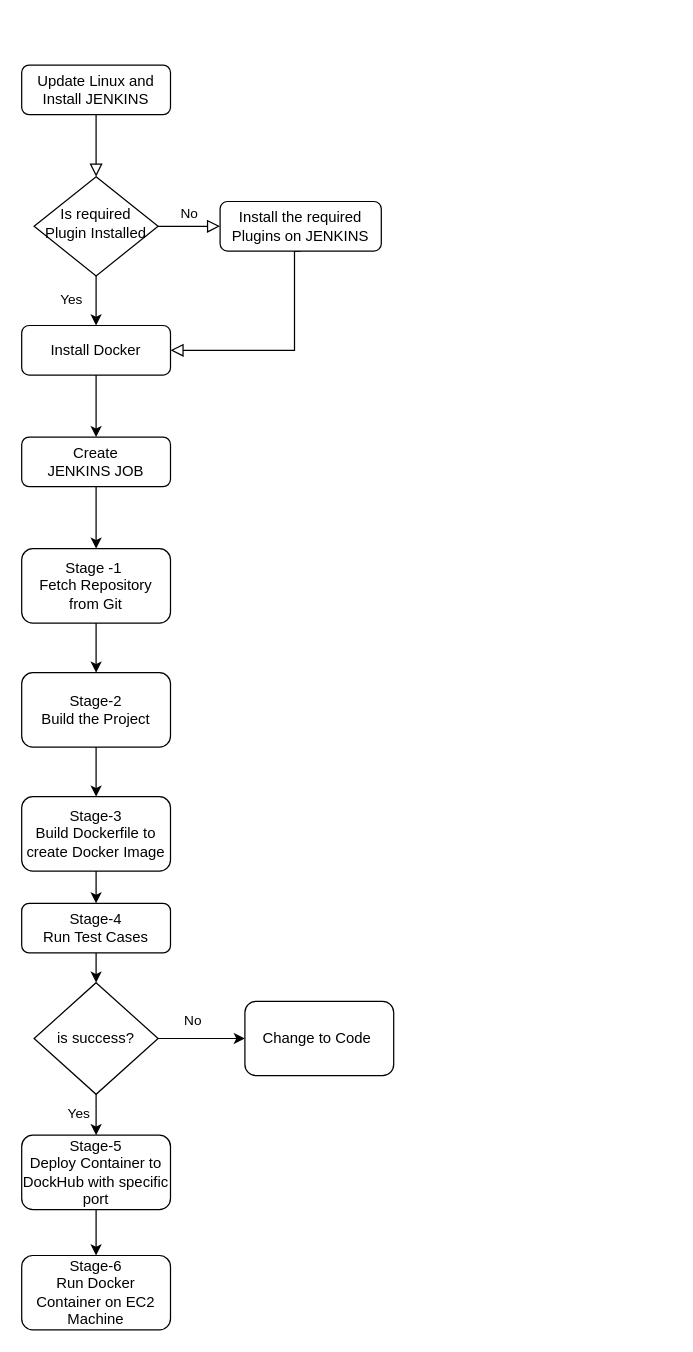
The draw.io diagram Untitled Diagram.drawio in nitinsuvagia/b-safe, before the edit. Source tidied: cells renumbered, new cells numbered last; positions are measured from the earlier drawing's top-left corner, leaving out a move shared by most shapes. Both pictures are drawn from the tidied source at 124%, with x=0, y=0 at pixel (21, 64).
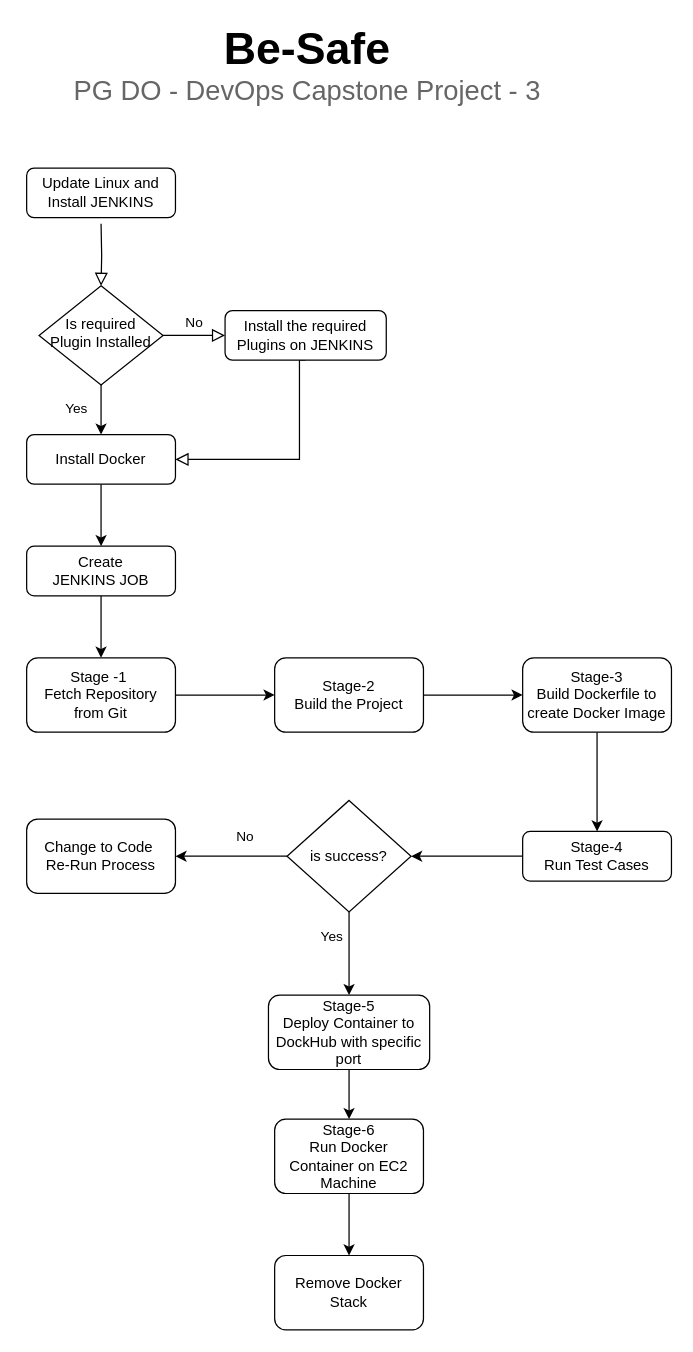
After the change.

Change to the diagram source:
```diff
@@
-    <mxCell id="2" style="rounded=0;html=1;jettySize=auto;fontSize=11;endArrow=block;endFill=0;endSize=8;strokeWidth=1;shadow=0;labelBackgroundColor=none;edgeStyle=orthogonalEdgeStyle;" parent="1" edge="1" source="4" target="7">
-      <mxGeometry relative="1" as="geometry" />
+    <mxCell id="2" style="rounded=0;html=1;jettySize=auto;fontSize=11;endArrow=block;endFill=0;endSize=8;strokeWidth=1;shadow=0;labelBackgroundColor=none;edgeStyle=orthogonalEdgeStyle;" parent="1" edge="1" target="7">
+      <mxGeometry relative="1" as="geometry">
+        <mxPoint x="64" y="128" as="sourcePoint" />
+      </mxGeometry>
     </mxCell>
     <mxCell id="3" value="Yes" style="edgeStyle=orthogonalEdgeStyle;rounded=0;jettySize=auto;html=1;shadow=0;exitX=0.5;exitY=1;exitDx=0;exitDy=0;entryX=0.5;entryY=0;entryDx=0;entryDy=0;" parent="1" edge="1" target="14">
       <mxGeometry y="-20" relative="1" as="geometry">
-        <mxPoint x="61" y="169" as="sourcePoint" />
+        <mxPoint x="65" y="257" as="sourcePoint" />
         <Array as="points">
-          <mxPoint x="60" y="169" />
+          <mxPoint x="64" y="257" />
         </Array>
       </mxGeometry>
     </mxCell>
     <mxCell id="4" value="Update Linux and Install JENKINS" style="rounded=1;whiteSpace=wrap;html=1;fontSize=12;glass=0;strokeWidth=1;shadow=0;" parent="1" vertex="1">
-      <mxGeometry width="120" height="40" as="geometry" />
+      <mxGeometry x="4" y="83" width="120" height="40" as="geometry" />
     </mxCell>
     <mxCell id="5" style="rounded=0;html=1;jettySize=auto;fontSize=11;endArrow=block;endFill=0;endSize=8;strokeWidth=1;shadow=0;labelBackgroundColor=none;edgeStyle=orthogonalEdgeStyle;entryX=1;entryY=0.5;entryDx=0;entryDy=0;exitX=0.5;exitY=1;exitDx=0;exitDy=0;" parent="1" edge="1" source="8" target="14">
       <mxGeometry y="20" relative="1" as="geometry">
         <Array as="points">
-          <mxPoint x="220" y="230" />
+          <mxPoint x="224" y="318" />
         </Array>
       </mxGeometry>
     </mxCell>
@@
     <mxCell id="7" value="Is required Plugin Installed" style="rhombus;whiteSpace=wrap;html=1;shadow=0;fontFamily=Helvetica;fontSize=12;align=center;strokeWidth=1;spacing=6;spacingTop=-4;" parent="1" vertex="1">
-      <mxGeometry x="10" y="90" width="100" height="80" as="geometry" />
+      <mxGeometry x="14" y="178" width="100" height="80" as="geometry" />
     </mxCell>
     <mxCell id="8" value="Install the required Plugins on JENKINS" style="rounded=1;whiteSpace=wrap;html=1;fontSize=12;glass=0;strokeWidth=1;shadow=0;" parent="1" vertex="1">
-      <mxGeometry x="160" y="110" width="130" height="40" as="geometry" />
+      <mxGeometry x="164" y="198" width="130" height="40" as="geometry" />
     </mxCell>
@@
     <mxCell id="10" value="Create&lt;br&gt;JENKINS JOB" style="rounded=1;whiteSpace=wrap;html=1;fontSize=12;glass=0;strokeWidth=1;shadow=0;" parent="1" vertex="1">
-      <mxGeometry y="300" width="120" height="40" as="geometry" />
+      <mxGeometry x="4" y="388" width="120" height="40" as="geometry" />
     </mxCell>
@@
     <mxCell id="12" value="Stage -1&amp;nbsp;&lt;br&gt;Fetch Repository from Git" style="rounded=1;whiteSpace=wrap;html=1;fontSize=12;glass=0;strokeWidth=1;shadow=0;" parent="1" vertex="1">
-      <mxGeometry y="390" width="120" height="60" as="geometry" />
+      <mxGeometry x="4" y="478" width="120" height="60" as="geometry" />
     </mxCell>
@@
     <mxCell id="14" value="Install Docker" style="whiteSpace=wrap;html=1;rounded=1;glass=0;strokeWidth=1;shadow=0;" parent="1" vertex="1">
-      <mxGeometry y="210" width="120" height="40" as="geometry" />
+      <mxGeometry x="4" y="298" width="120" height="40" as="geometry" />
     </mxCell>
@@
     <mxCell id="16" value="Stage-2&lt;br&gt;Build the Project" style="whiteSpace=wrap;html=1;rounded=1;glass=0;strokeWidth=1;shadow=0;" parent="1" vertex="1">
-      <mxGeometry y="490" width="120" height="60" as="geometry" />
+      <mxGeometry x="204" y="478" width="120" height="60" as="geometry" />
     </mxCell>
@@
     <mxCell id="18" value="Stage-3&lt;br&gt;Build Dockerfile to create Docker Image" style="whiteSpace=wrap;html=1;rounded=1;glass=0;strokeWidth=1;shadow=0;" parent="1" vertex="1">
-      <mxGeometry y="590" width="120" height="60" as="geometry" />
+      <mxGeometry x="404" y="478" width="120" height="60" as="geometry" />
     </mxCell>
@@
     <mxCell id="20" value="Stage-4&lt;br&gt;Run Test Cases" style="whiteSpace=wrap;html=1;rounded=1;glass=0;strokeWidth=1;shadow=0;" parent="1" vertex="1">
-      <mxGeometry y="676" width="120" height="40" as="geometry" />
+      <mxGeometry x="404" y="618" width="120" height="40" as="geometry" />
     </mxCell>
@@
     <mxCell id="25" value="is success?" style="rhombus;whiteSpace=wrap;html=1;rounded=0;glass=0;strokeWidth=1;shadow=0;" parent="1" vertex="1">
-      <mxGeometry x="10" y="740" width="100" height="90" as="geometry" />
+      <mxGeometry x="214" y="593" width="100" height="90" as="geometry" />
     </mxCell>
-    <mxCell id="26" value="Change to Code&amp;nbsp;" style="whiteSpace=wrap;html=1;rounded=1;glass=0;strokeWidth=1;shadow=0;" parent="1" vertex="1">
-      <mxGeometry x="180" y="755" width="120" height="60" as="geometry" />
+    <mxCell id="26" value="Change to Code&amp;nbsp;&lt;br&gt;Re-Run Process" style="whiteSpace=wrap;html=1;rounded=1;glass=0;strokeWidth=1;shadow=0;" parent="1" vertex="1">
+      <mxGeometry x="4" y="608" width="120" height="60" as="geometry" />
     </mxCell>
@@
     <mxCell id="28" value="Stage-5&lt;br&gt;Deploy Container to DockHub with specific port" style="whiteSpace=wrap;html=1;rounded=1;glass=0;strokeWidth=1;shadow=0;" parent="1" vertex="1">
-      <mxGeometry y="863" width="120" height="60" as="geometry" />
+      <mxGeometry x="199" y="750" width="130" height="60" as="geometry" />
     </mxCell>
+    <mxCell id="30" style="edgeStyle=orthogonalEdgeStyle;rounded=0;jettySize=auto;html=1;shadow=0;fontSize=22;fontColor=#666666;" parent="1" edge="1" source="29" target="32">
+      <mxGeometry relative="1" as="geometry" />
+    </mxCell>
     <mxCell id="29" value="Stage-6&lt;br&gt;Run Docker Container on EC2 Machine" style="whiteSpace=wrap;html=1;rounded=1;glass=0;strokeWidth=1;shadow=0;" parent="1" vertex="1">
-      <mxGeometry y="960" width="120" height="60" as="geometry" />
+      <mxGeometry x="204" y="850" width="120" height="60" as="geometry" />
     </mxCell>
+    <mxCell id="31" value="&lt;b style=&quot;font-size: 36px&quot;&gt;Be-Safe&lt;br&gt;&lt;/b&gt;&lt;font style=&quot;font-size: 22px&quot; color=&quot;#666666&quot;&gt;PG DO - DevOps Capstone Project - 3&lt;/font&gt;" style="text;html=1;align=center;verticalAlign=middle;strokeColor=none;fillColor=none;" parent="1" vertex="1">
+      <mxGeometry x="35" y="-20" width="390" height="40" as="geometry" />
+    </mxCell>
+    <mxCell id="32" value="Remove Docker Stack" style="whiteSpace=wrap;html=1;rounded=1;glass=0;strokeWidth=1;shadow=0;" parent="1" vertex="1">
+      <mxGeometry x="204" y="960" width="120" height="60" as="geometry" />
+    </mxCell>
```
